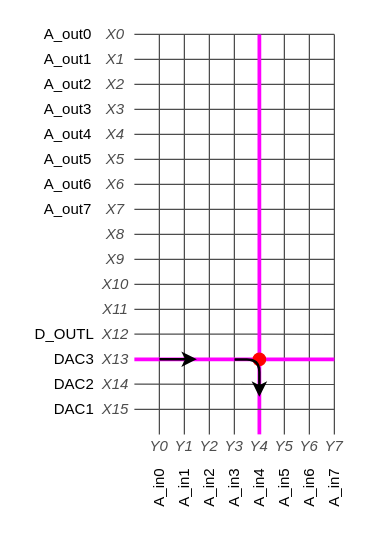
The draw.io diagram docs/MT8816_matrix_DACConnection.drawio in ondfrukt/Phone-exchange, before the edit. Source tidied: cells renumbered, new cells numbered last; positions are measured from the earlier drawing's top-left corner, leaving out a move shared by most shapes. Both pictures are drawn from the tidied source at 125%, with x=0, y=0 at pixel (21, 21).
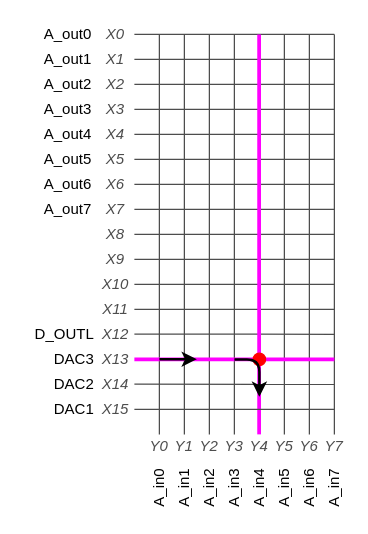
Above is the later version.

Commit message (it also covers changes not shown here):
modified:   docs/MT8816_matrix_DACConnection.drawio 	modified:   src/services/LineAction.cpp 	modified:   src/services/LineAction.h 	modified:   src/services/ToneGenerator.cpp

Unchanged cells that the change refers to:
```xml
<mxCell id="71" style="ellipse;whiteSpace=wrap;html=1;fillColor=#FF0000;strokeColor=#FF0000;" parent="1" vertex="1">
  <mxGeometry x="185" y="265" width="10" height="10" as="geometry" />
</mxCell>
```

The edit, as a diff of the source:
```diff
@@
-    <mxCell id="12" style="endArrow=none;html=1;strokeColor=#FF00FF;strokeWidth=3;" parent="1" edge="1" source="71">
+    <mxCell id="12" style="endArrow=none;html=1;strokeColor=#FF00FF;strokeWidth=3;" parent="1" edge="1">
       <mxGeometry relative="1" as="geometry">
-        <mxPoint x="190" y="330" as="targetPoint" />
+        <mxPoint x="189.8" y="275" as="sourcePoint" />
+        <mxPoint x="189.8" y="330" as="targetPoint" />
       </mxGeometry>
     </mxCell>
@@
-    <mxCell id="70" style="endArrow=none;html=1;strokeColor=#FF00FF;strokeWidth=3;" parent="1" edge="1" target="71">
+    <mxCell id="70" style="endArrow=none;html=1;strokeColor=#FF00FF;strokeWidth=3;" parent="1" edge="1">
       <mxGeometry relative="1" as="geometry">
-        <mxPoint x="190" y="10" as="sourcePoint" />
+        <mxPoint x="189.8" y="10" as="sourcePoint" />
+        <mxPoint x="189.8" y="265" as="targetPoint" />
       </mxGeometry>
     </mxCell>
```
